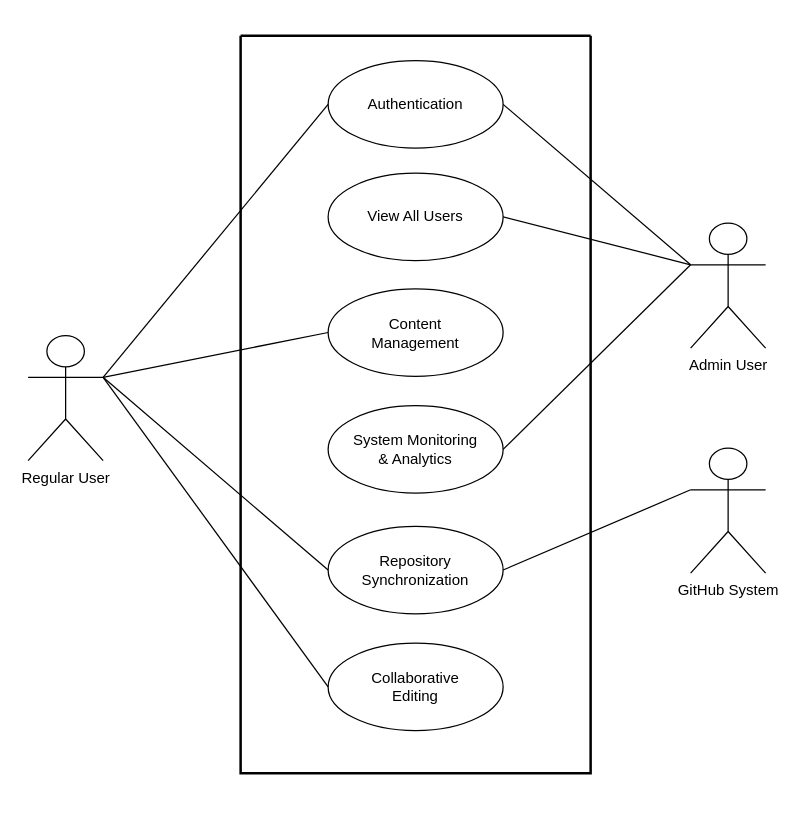
Nithinvp11/DocHub keeps this draw.io diagram as docs/use-case-diagram.drawio. Above is the earlier version. Source tidied: cells renumbered, new cells numbered last; positions are measured from the earlier drawing's top-left corner, leaving out a move shared by most shapes. Both pictures are drawn from the tidied source at 125%, with x=0, y=0 at pixel (28, 35).
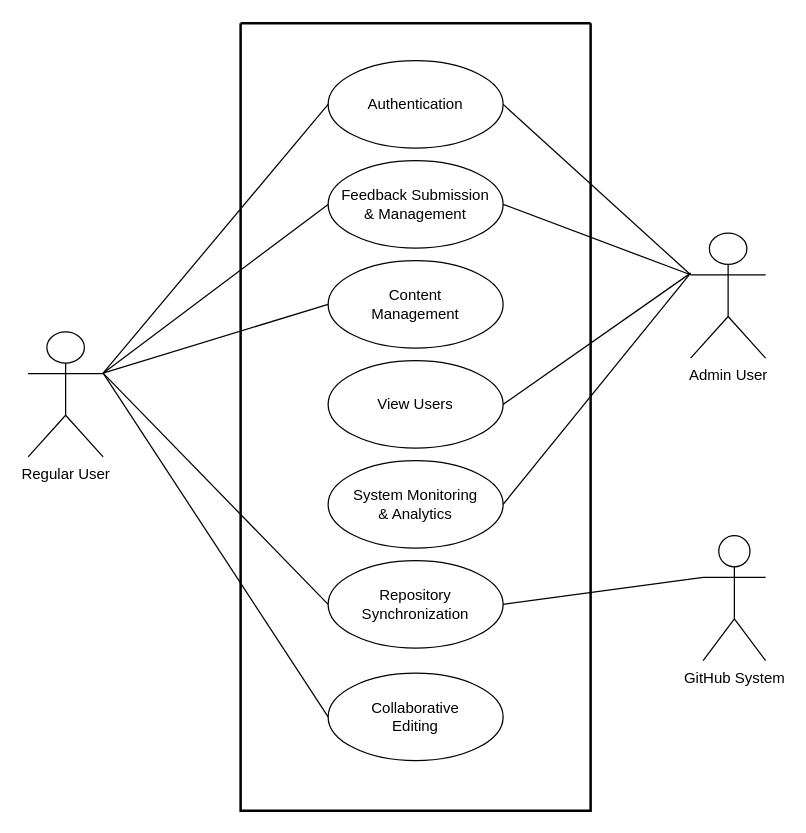
After the change.

Diff of the diagram source:
```diff
@@
     <mxCell id="2" style="swimlane;startSize=0;fillColor=#ffffff;strokeColor=#000000;strokeWidth=2;" parent="1" vertex="1">
-      <mxGeometry x="170" width="280" height="590" as="geometry" />
+      <mxGeometry x="170" y="-10" width="280" height="630" as="geometry" />
     </mxCell>
     <mxCell id="3" value="Authentication" style="ellipse;whiteSpace=wrap;html=1;fillColor=#ffffff;strokeColor=#000000;" parent="2" vertex="1">
-      <mxGeometry x="70" y="20" width="140" height="70" as="geometry" />
+      <mxGeometry x="70" y="30" width="140" height="70" as="geometry" />
     </mxCell>
     <mxCell id="4" value="&lt;font style=&quot;font-size: 12px;&quot;&gt;&lt;span style=&quot;color: rgb(0, 0, 0);&quot;&gt;Content&lt;/span&gt;&lt;br style=&quot;color: rgb(63, 63, 63); scrollbar-color: rgb(226, 226, 226) rgb(251, 251, 251);&quot;&gt;&lt;span style=&quot;color: rgb(0, 0, 0);&quot;&gt;Management&lt;/span&gt;&lt;/font&gt;" style="ellipse;whiteSpace=wrap;html=1;fillColor=#ffffff;strokeColor=#000000;" parent="2" vertex="1">
-      <mxGeometry x="70" y="202.5" width="140" height="70" as="geometry" />
+      <mxGeometry x="70" y="190" width="140" height="70" as="geometry" />
     </mxCell>
     <mxCell id="5" value="Repository Synchronization" style="ellipse;whiteSpace=wrap;html=1;fillColor=#ffffff;strokeColor=#000000;" parent="2" vertex="1">
-      <mxGeometry x="70" y="392.5" width="140" height="70" as="geometry" />
+      <mxGeometry x="70" y="430" width="140" height="70" as="geometry" />
     </mxCell>
-    <mxCell id="6" value="View All Users" style="ellipse;whiteSpace=wrap;html=1;fillColor=#ffffff;strokeColor=#000000;" parent="2" vertex="1">
+    <mxCell id="6" value="Feedback&amp;nbsp;&lt;span style=&quot;color: rgb(0, 0, 0);&quot;&gt;Submission &amp;amp;&lt;/span&gt;&amp;nbsp;Management" style="ellipse;whiteSpace=wrap;html=1;fillColor=#ffffff;strokeColor=#000000;" parent="2" vertex="1">
       <mxGeometry x="70" y="110" width="140" height="70" as="geometry" />
     </mxCell>
     <mxCell id="7" value="&lt;font style=&quot;font-size: 12px;&quot;&gt;&lt;span style=&quot;color: rgb(0, 0, 0);&quot;&gt;System Monitoring&lt;/span&gt;&lt;br style=&quot;color: rgb(63, 63, 63); scrollbar-color: rgb(226, 226, 226) rgb(251, 251, 251);&quot;&gt;&lt;span style=&quot;color: rgb(0, 0, 0);&quot;&gt;&amp;amp; Analytics&lt;/span&gt;&lt;/font&gt;" style="ellipse;whiteSpace=wrap;html=1;fillColor=#ffffff;strokeColor=#000000;" parent="2" vertex="1">
-      <mxGeometry x="70" y="296" width="140" height="70" as="geometry" />
+      <mxGeometry x="70" y="350" width="140" height="70" as="geometry" />
     </mxCell>
     <mxCell id="8" value="&lt;font style=&quot;font-size: 12px;&quot;&gt;&lt;span style=&quot;color: rgb(0, 0, 0);&quot;&gt;Collaborative&lt;/span&gt;&lt;br style=&quot;color: rgb(63, 63, 63); scrollbar-color: rgb(226, 226, 226) rgb(251, 251, 251);&quot;&gt;&lt;span style=&quot;color: rgb(0, 0, 0);&quot;&gt;Editing&lt;/span&gt;&lt;/font&gt;" style="ellipse;whiteSpace=wrap;html=1;fillColor=#ffffff;strokeColor=#000000;" parent="2" vertex="1">
-      <mxGeometry x="70" y="486" width="140" height="70" as="geometry" />
+      <mxGeometry x="70" y="520" width="140" height="70" as="geometry" />
     </mxCell>
+    <mxCell id="20" value="View Users" style="ellipse;whiteSpace=wrap;html=1;fillColor=#ffffff;strokeColor=#000000;" parent="2" vertex="1">
+      <mxGeometry x="70" y="270" width="140" height="70" as="geometry" />
+    </mxCell>
     <mxCell id="9" value="Regular User" style="shape=umlActor;verticalLabelPosition=bottom;verticalAlign=top;html=1;outlineConnect=0;fillColor=#ffffff;strokeColor=#000000;" parent="1" vertex="1">
-      <mxGeometry y="240" width="60" height="100" as="geometry" />
+      <mxGeometry y="237" width="60" height="100" as="geometry" />
     </mxCell>
     <mxCell id="10" value="Admin User" style="shape=umlActor;verticalLabelPosition=bottom;verticalAlign=top;html=1;outlineConnect=0;fillColor=#ffffff;strokeColor=#000000;" parent="1" vertex="1">
-      <mxGeometry x="530" y="150" width="60" height="100" as="geometry" />
+      <mxGeometry x="530" y="158" width="60" height="100" as="geometry" />
     </mxCell>
     <mxCell id="11" value="GitHub System" style="shape=umlActor;verticalLabelPosition=bottom;verticalAlign=top;html=1;outlineConnect=0;fillColor=#ffffff;strokeColor=#000000;" parent="1" vertex="1">
-      <mxGeometry x="530" y="330" width="60" height="100" as="geometry" />
+      <mxGeometry x="540" y="400" width="50" height="100" as="geometry" />
     </mxCell>
-    <mxCell id="12" style="endArrow=none;html=1;exitX=1;exitY=0.3333333333333333;exitDx=0;exitDy=0;exitPerimeter=0;entryX=0;entryY=0.5;entryDx=0;entryDy=0;" parent="1" edge="1" source="9" target="3">
-      <mxGeometry relative="1" as="geometry" />
+    <mxCell id="12" style="endArrow=none;html=1;entryX=0;entryY=0.5;entryDx=0;entryDy=0;" parent="1" edge="1" target="3">
+      <mxGeometry relative="1" as="geometry">
+        <mxPoint x="60" y="270" as="sourcePoint" />
+      </mxGeometry>
     </mxCell>
-    <mxCell id="13" style="endArrow=none;html=1;exitX=1;exitY=0.3333333333333333;exitDx=0;exitDy=0;exitPerimeter=0;entryX=0;entryY=0.5;entryDx=0;entryDy=0;" parent="1" edge="1" source="9" target="4">
-      <mxGeometry relative="1" as="geometry" />
+    <mxCell id="13" style="endArrow=none;html=1;entryX=0;entryY=0.5;entryDx=0;entryDy=0;" parent="1" edge="1" target="4">
+      <mxGeometry relative="1" as="geometry">
+        <mxPoint x="60" y="270" as="sourcePoint" />
+      </mxGeometry>
     </mxCell>
-    <mxCell id="14" style="endArrow=none;html=1;exitX=1;exitY=0.3333333333333333;exitDx=0;exitDy=0;exitPerimeter=0;entryX=0;entryY=0.5;entryDx=0;entryDy=0;" parent="1" edge="1" source="9" target="5">
-      <mxGeometry relative="1" as="geometry" />
+    <mxCell id="14" style="endArrow=none;html=1;entryX=0;entryY=0.5;entryDx=0;entryDy=0;" parent="1" edge="1" target="5">
+      <mxGeometry relative="1" as="geometry">
+        <mxPoint x="60" y="270" as="sourcePoint" />
+      </mxGeometry>
     </mxCell>
@@
-    <mxCell id="17" style="endArrow=none;html=1;exitX=0;exitY=0.3333333333333333;exitDx=0;exitDy=0;exitPerimeter=0;entryX=1;entryY=0.5;entryDx=0;entryDy=0;" parent="1" edge="1" source="10" target="7">
-      <mxGeometry relative="1" as="geometry" />
+    <mxCell id="17" style="endArrow=none;html=1;entryX=1;entryY=0.5;entryDx=0;entryDy=0;" parent="1" edge="1" target="7">
+      <mxGeometry relative="1" as="geometry">
+        <mxPoint x="530" y="190" as="sourcePoint" />
+      </mxGeometry>
     </mxCell>
@@
-    <mxCell id="19" style="endArrow=none;html=1;entryX=0;entryY=0.5;entryDx=0;entryDy=0;exitX=1;exitY=0.3333333333333333;exitDx=0;exitDy=0;exitPerimeter=0;" parent="1" edge="1" source="9" target="8">
-      <mxGeometry relative="1" as="geometry" />
+    <mxCell id="19" style="endArrow=none;html=1;entryX=0;entryY=0.5;entryDx=0;entryDy=0;" parent="1" edge="1" target="8">
+      <mxGeometry relative="1" as="geometry">
+        <mxPoint x="60" y="270" as="sourcePoint" />
+      </mxGeometry>
     </mxCell>
+    <mxCell id="21" style="endArrow=none;html=1;entryX=0;entryY=0.5;entryDx=0;entryDy=0;" parent="1" edge="1" target="6">
+      <mxGeometry relative="1" as="geometry">
+        <mxPoint x="60" y="270" as="sourcePoint" />
+      </mxGeometry>
+    </mxCell>
+    <mxCell id="22" style="endArrow=none;html=1;entryX=1;entryY=0.5;entryDx=0;entryDy=0;" parent="1" edge="1" target="20">
+      <mxGeometry relative="1" as="geometry">
+        <mxPoint x="530" y="190" as="sourcePoint" />
+      </mxGeometry>
+    </mxCell>
```
